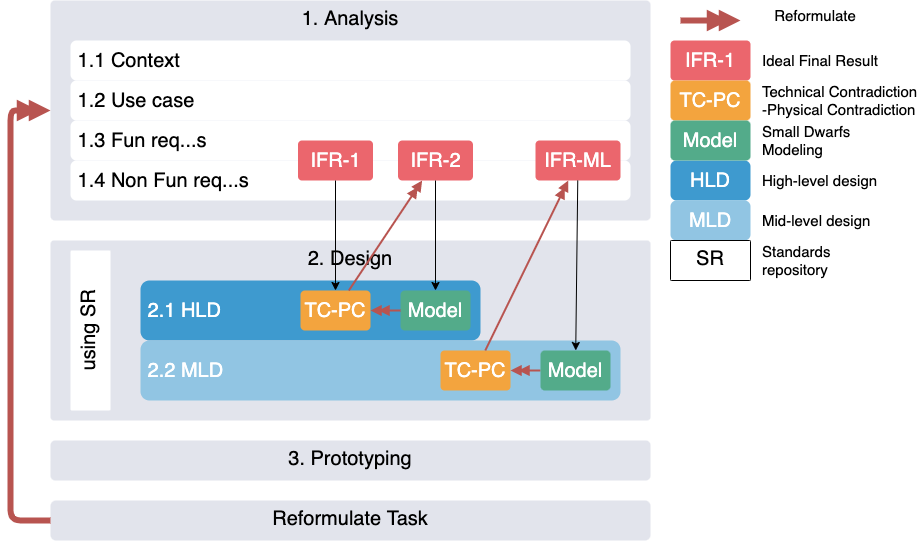
Earlier version of the draw.io export Neurotechnologies_and_TRIZ/Innovation_methodology-TRIZ_LS.png (max-talanov/1). Source tidied: cells renumbered, new cells last; positions are measured from the earlier drawing's top-left corner, leaving out a move shared by most shapes.
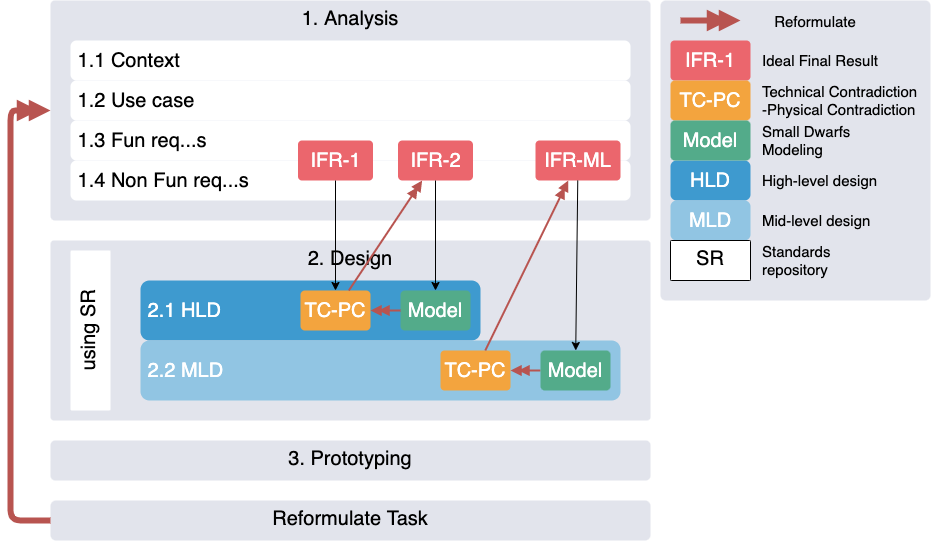
Above is the later version.

Commit message:
IM: corrected layout

Diff of the diagram source:
```diff
@@ -2,6 +2,9 @@
   <root>
     <mxCell id="0" />
     <mxCell id="1" parent="0" />
+    <mxCell id="43" style="rounded=1;whiteSpace=wrap;html=1;fillColor=#E2E4EC;strokeColor=none;fontSize=20;arcSize=2;horizontal=1;verticalAlign=top;" parent="1" vertex="1">
+      <mxGeometry x="650" width="270" height="300" as="geometry" />
+    </mxCell>
     <mxCell id="2" value="1. Analysis" style="rounded=1;whiteSpace=wrap;html=1;fillColor=#E2E4EC;strokeColor=none;fontSize=20;arcSize=2;horizontal=1;verticalAlign=top;" parent="1" vertex="1">
       <mxGeometry x="40" width="600" height="220" as="geometry" />
     </mxCell>
@@ -117,7 +120,7 @@
       <mxGeometry x="750" y="240" width="130" height="40" as="geometry" />
     </mxCell>
     <mxCell id="38" value="Reformulate" style="text;html=1;strokeColor=none;fillColor=none;align=center;verticalAlign=middle;whiteSpace=wrap;rounded=0;fontSize=15;" parent="31" vertex="1">
-      <mxGeometry x="750" width="110" height="30" as="geometry" />
+      <mxGeometry x="750" y="6" width="110" height="30" as="geometry" />
     </mxCell>
     <mxCell id="39" value="Ideal Final Result" style="text;html=1;strokeColor=none;fillColor=none;align=left;verticalAlign=middle;whiteSpace=wrap;rounded=0;fontSize=15;" parent="31" vertex="1">
       <mxGeometry x="750" y="40" width="130" height="40" as="geometry" />
```
